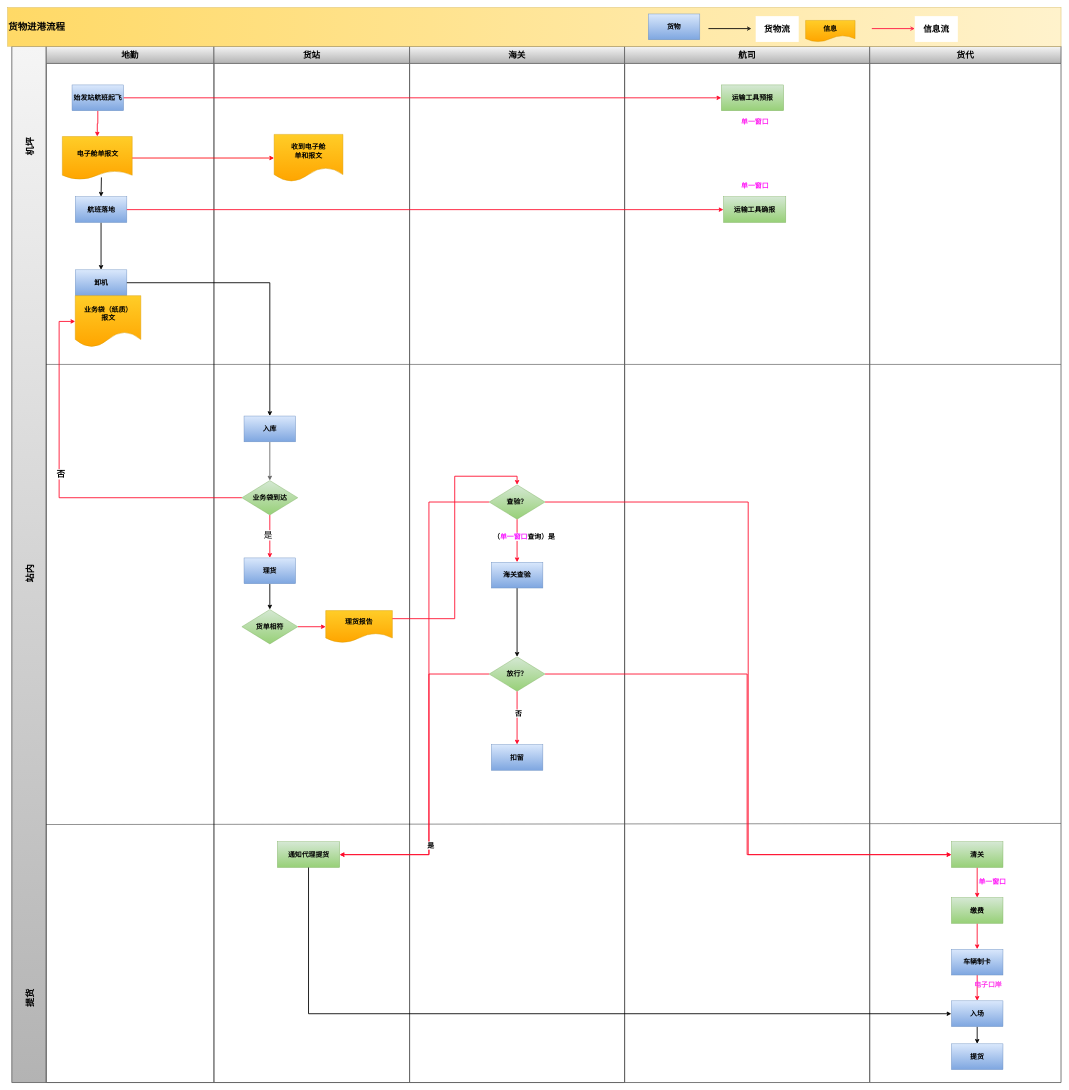
sheink21/NEW keeps this draw.io diagram as page "第 3 页" (3 of 5) of 交货流程.drawio. Above is the earlier version. Source tidied: cells renumbered, new cells numbered last; positions are measured from the earlier drawing's top-left corner, leaving out a move shared by most shapes. Both pictures are drawn from the tidied source at 43%, with x=0, y=0 at pixel (7, 7).
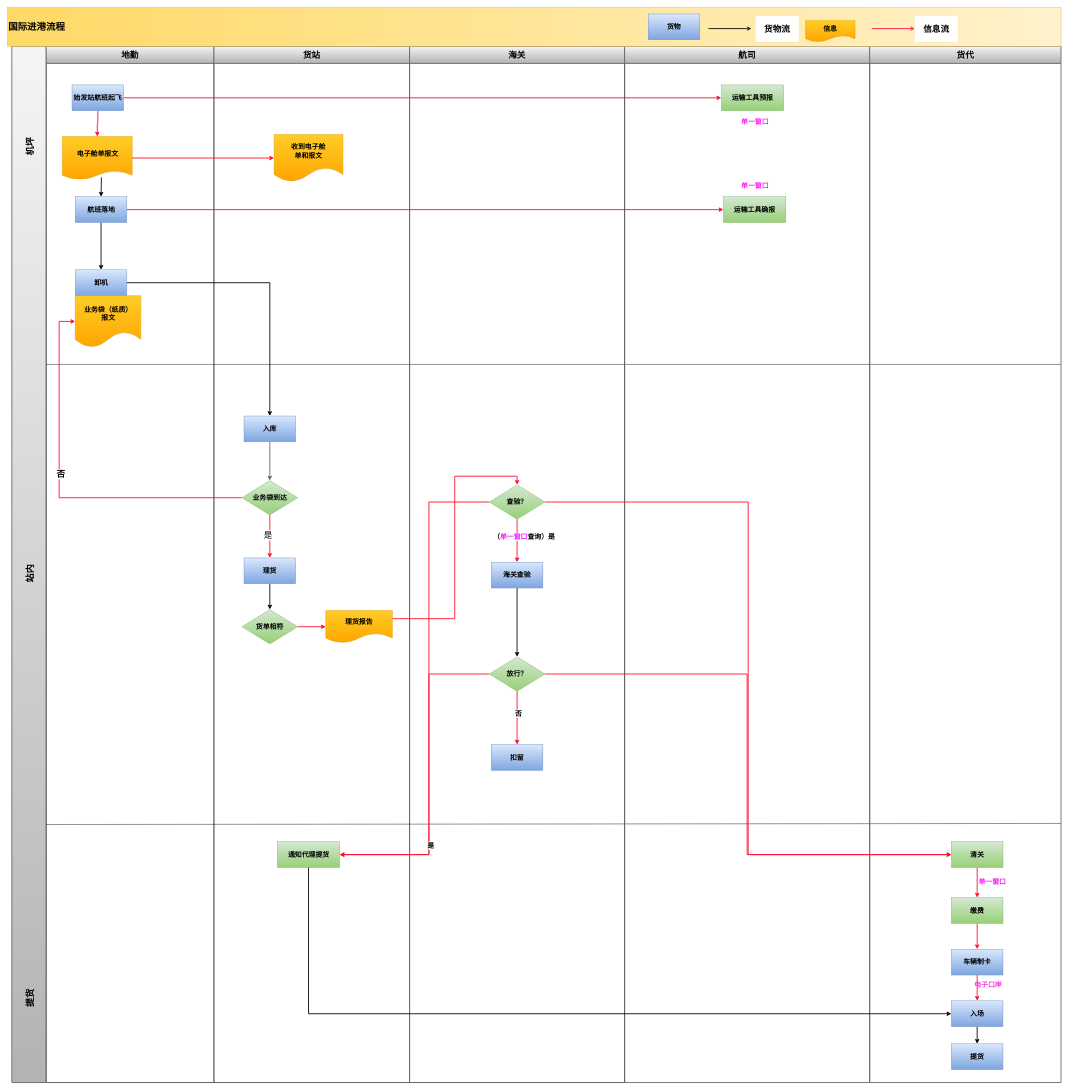
The same page after the edit.

Diff of the diagram source:
```diff
@@
-    <mxCell id="62" value="&lt;font style=&quot;font-size: 22px;&quot;&gt;&lt;b&gt;货物进港流程&lt;/b&gt;&lt;/font&gt;" style="html=1;perimeter=orthogonalPerimeter;targetShapes=umlLifeline;newEdgeStyle={&quot;curved&quot;:0,&quot;rounded&quot;:0};direction=south;align=left;strokeColor=#d6b656;fillColor=#fff2cc;gradientColor=#ffd966;" parent="1" vertex="1">
+    <mxCell id="62" value="&lt;font style=&quot;font-size: 22px;&quot;&gt;&lt;b&gt;国际进港流程&lt;/b&gt;&lt;/font&gt;" style="html=1;perimeter=orthogonalPerimeter;targetShapes=umlLifeline;newEdgeStyle={&quot;curved&quot;:0,&quot;rounded&quot;:0};direction=south;align=left;strokeColor=#d6b656;fillColor=#fff2cc;gradientColor=#ffd966;" parent="1" vertex="1">
       <mxGeometry width="2450" height="90" as="geometry" />
     </mxCell>
```
